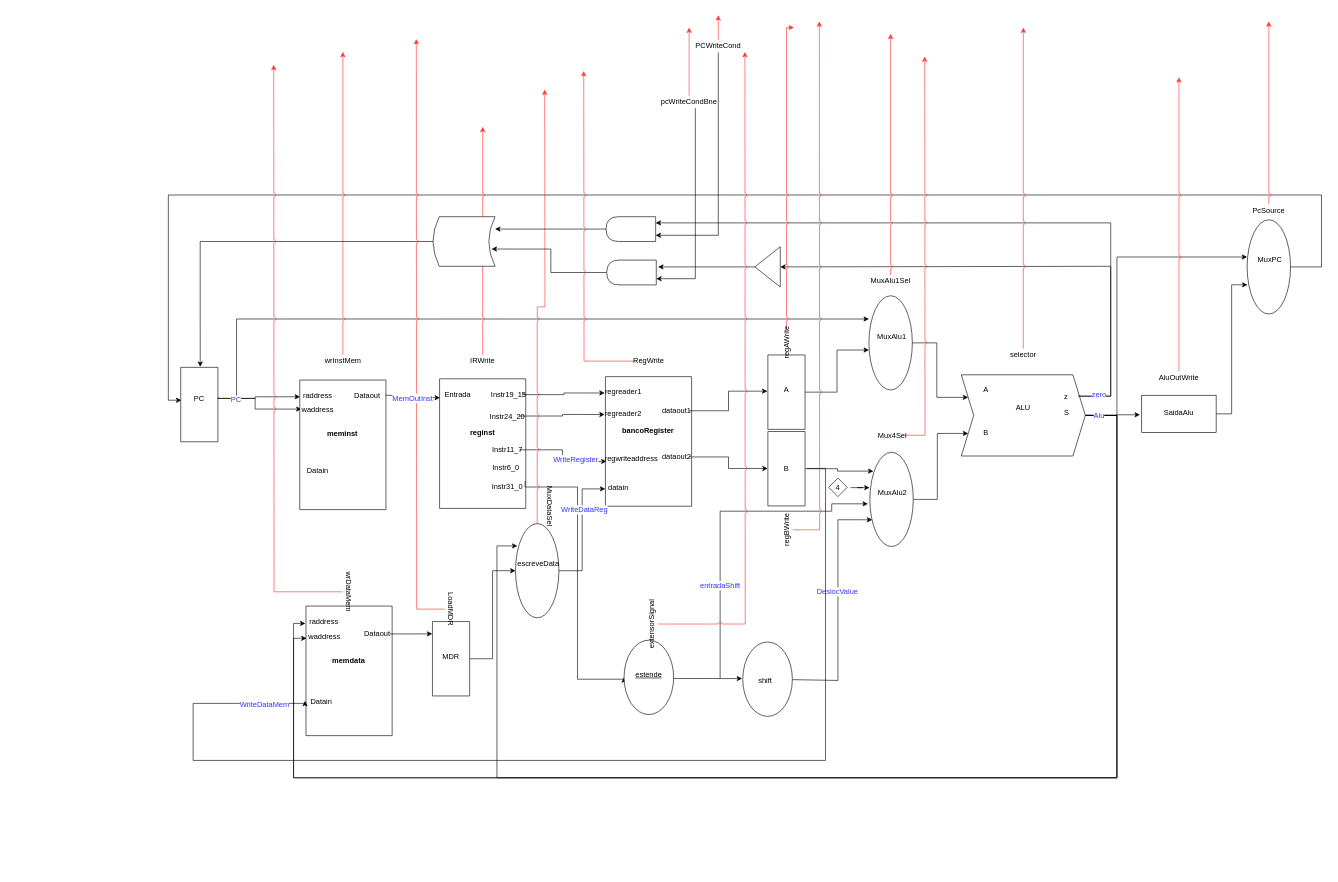
GabrielOlem/ProjetoHardware keeps this draw.io diagram as cpu.drawio. Above is the earlier version. Source tidied: cells renumbered, new cells numbered last; positions are measured from the earlier drawing's top-left corner, leaving out a move shared by most shapes. Both pictures are drawn from the tidied source at 62%, with x=0, y=0 at pixel (162, 15).
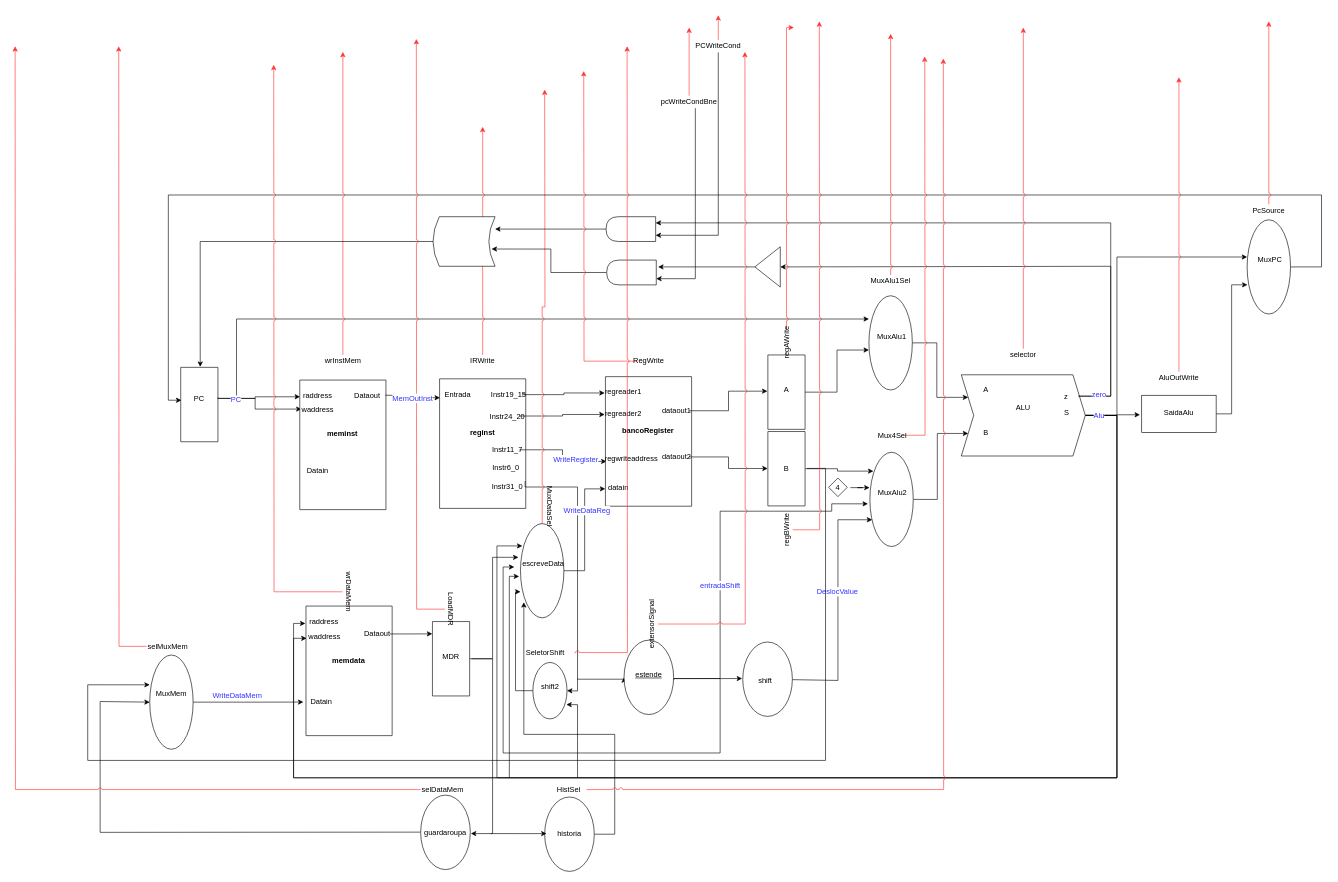
Above is the later version.

The change refers to these unchanged cells:
```xml
<mxCell id="31" style="verticalLabelPosition=bottom;verticalAlign=top;html=1;shape=mxgraph.basic.rect;fillColor=#ffffff;fillColor2=none;strokeColor=#000000;strokeWidth=1;size=20;indent=5;rotation=90;" parent="1" vertex="1">
  <mxGeometry x="197" y="988" width="209" height="139" as="geometry" />
</mxCell>
<mxCell id="46" style="verticalLabelPosition=bottom;verticalAlign=top;html=1;shape=mxgraph.basic.rect;fillColor=#ffffff;fillColor2=none;strokeColor=#000000;strokeWidth=1;size=20;indent=5;rotation=90;" parent="1" vertex="1">
  <mxGeometry x="406" y="1008" width="120" height="60" as="geometry" />
</mxCell>
<mxCell id="60" style="verticalLabelPosition=bottom;verticalAlign=top;html=1;shape=mxgraph.basic.rect;fillColor=#ffffff;fillColor2=none;strokeColor=#000000;strokeWidth=1;size=20;indent=5;rotation=90;" parent="1" vertex="1">
  <mxGeometry x="947" y="701.5" width="120" height="60" as="geometry" />
</mxCell>
```

The edit, as a diff of the source:
```diff
@@
-    <mxCell id="45" style="edgeStyle=orthogonalEdgeStyle;rounded=0;jettySize=auto;html=1;entryX=0.5;entryY=1;entryDx=0;entryDy=0;" parent="1" edge="1" source="46" target="85">
-      <mxGeometry relative="1" as="geometry" />
+    <mxCell id="45" style="edgeStyle=orthogonalEdgeStyle;rounded=0;jettySize=auto;html=1;entryX=0.358;entryY=1.048;entryDx=0;entryDy=0;entryPerimeter=0;" parent="1" edge="1" source="46" target="85">
+      <mxGeometry relative="1" as="geometry">
+        <Array as="points">
+          <mxPoint x="533" y="1038" />
+          <mxPoint x="533" y="874" />
+        </Array>
+      </mxGeometry>
     </mxCell>
+    <mxCell id="142" style="edgeStyle=orthogonalEdgeStyle;rounded=0;jumpStyle=arc;orthogonalLoop=1;jettySize=auto;html=1;" parent="1" edge="1">
+      <mxGeometry relative="1" as="geometry">
+        <mxPoint x="499" y="1038" as="sourcePoint" />
+        <mxPoint x="498" y="1320" as="targetPoint" />
+        <Array as="points">
+          <mxPoint x="533" y="1038" />
+          <mxPoint x="533" y="1320" />
+          <mxPoint x="498" y="1320" />
+        </Array>
+      </mxGeometry>
+    </mxCell>
@@
+    <mxCell id="143" style="edgeStyle=orthogonalEdgeStyle;rounded=0;jumpStyle=arc;orthogonalLoop=1;jettySize=auto;html=1;strokeColor=#000000;exitX=0.518;exitY=-0.004;exitDx=0;exitDy=0;exitPerimeter=0;" parent="1" edge="1">
+      <mxGeometry relative="1" as="geometry">
+        <mxPoint x="825.3" y="1072.2" as="sourcePoint" />
+        <mxPoint x="568" y="890" as="targetPoint" />
+        <Array as="points">
+          <mxPoint x="825" y="1070" />
+          <mxPoint x="900" y="1070" />
+          <mxPoint x="900" y="1190" />
+          <mxPoint x="550" y="1190" />
+          <mxPoint x="550" y="890" />
+          <mxPoint x="568" y="890" />
+        </Array>
+      </mxGeometry>
+    </mxCell>
@@
-    <mxCell id="61" style="edgeStyle=orthogonalEdgeStyle;rounded=0;jettySize=auto;html=1;entryX=0.732;entryY=1.011;entryDx=0;entryDy=0;entryPerimeter=0;exitX=0.496;exitY=-0.052;exitDx=0;exitDy=0;exitPerimeter=0;" parent="1" edge="1" source="60" target="31">
+    <mxCell id="61" style="edgeStyle=orthogonalEdgeStyle;rounded=0;jettySize=auto;html=1;exitX=0.496;exitY=-0.052;exitDx=0;exitDy=0;exitPerimeter=0;entryX=0.316;entryY=1;entryDx=0;entryDy=0;entryPerimeter=0;jumpStyle=none;" parent="1" edge="1" source="60" target="144">
       <mxGeometry relative="1" as="geometry">
         <Array as="points">
           <mxPoint x="1070" y="731" />
           <mxPoint x="1070" y="1202" />
-          <mxPoint x="50" y="1202" />
-          <mxPoint x="50" y="1110" />
-          <mxPoint x="230" y="1110" />
+          <mxPoint x="-120" y="1202" />
+          <mxPoint x="-120" y="1080" />
         </Array>
       </mxGeometry>
     </mxCell>
     <mxCell id="62" value="&lt;font color=&quot;#3333ff&quot;&gt;WriteDataMem&lt;/font&gt;" style="text;html=1;align=center;verticalAlign=middle;labelBackgroundColor=#ffffff;" parent="61" vertex="1">
       <mxGeometry x="0.56" y="1" relative="1" as="geometry">
-        <mxPoint x="-4.5" y="-92" as="offset" />
+        <mxPoint x="41.5" y="-106" as="offset" />
       </mxGeometry>
     </mxCell>
@@
     <mxCell id="85" style="ellipse;whiteSpace=wrap;html=1;direction=south;" parent="1" vertex="1">
-      <mxGeometry x="570" y="820" width="70" height="152" as="geometry" />
+      <mxGeometry x="578" y="820" width="70" height="152" as="geometry" />
     </mxCell>
     <mxCell id="86" value="escreveData" style="text;html=1;strokeColor=none;fillColor=none;align=center;verticalAlign=middle;whiteSpace=wrap;rounded=0;" parent="1" vertex="1">
-      <mxGeometry x="586.5" y="875" width="40" height="20" as="geometry" />
+      <mxGeometry x="594.5" y="875" width="40" height="20" as="geometry" />
     </mxCell>
@@
+    <mxCell id="144" style="ellipse;whiteSpace=wrap;html=1;direction=south;" parent="1" vertex="1">
+      <mxGeometry x="-20" y="1032" width="70" height="152" as="geometry" />
+    </mxCell>
+    <mxCell id="145" value="MuxMem" style="text;html=1;strokeColor=none;fillColor=none;align=center;verticalAlign=middle;whiteSpace=wrap;rounded=0;" parent="1" vertex="1">
+      <mxGeometry x="-5" y="1085" width="40" height="20" as="geometry" />
+    </mxCell>
+    <mxCell id="146" style="edgeStyle=orthogonalEdgeStyle;rounded=0;jettySize=auto;html=1;entryX=0.741;entryY=1.03;entryDx=0;entryDy=0;entryPerimeter=0;" parent="1" edge="1" source="144" target="31">
+      <mxGeometry relative="1" as="geometry">
+        <Array as="points">
+          <mxPoint x="160" y="1108" />
+          <mxPoint x="160" y="1108" />
+        </Array>
+      </mxGeometry>
+    </mxCell>
+    <mxCell id="147" style="edgeStyle=orthogonalEdgeStyle;rounded=0;jumpStyle=none;jettySize=auto;html=1;entryX=0.5;entryY=1;entryDx=0;entryDy=0;" parent="1" edge="1" source="148" target="144">
+      <mxGeometry relative="1" as="geometry">
+        <Array as="points">
+          <mxPoint x="-100" y="1318" />
+          <mxPoint x="-100" y="1107" />
+        </Array>
+      </mxGeometry>
+    </mxCell>
+    <mxCell id="148" style="ellipse;whiteSpace=wrap;html=1;rotation=90;" parent="1" vertex="1">
+      <mxGeometry x="397" y="1278" width="120" height="80" as="geometry" />
+    </mxCell>
+    <mxCell id="149" value="guardaroupa" style="text;html=1;strokeColor=none;fillColor=none;align=center;verticalAlign=middle;whiteSpace=wrap;rounded=0;" parent="1" vertex="1">
+      <mxGeometry x="437" y="1306" width="40" height="24" as="geometry" />
+    </mxCell>
+    <mxCell id="150" style="edgeStyle=orthogonalEdgeStyle;rounded=0;jumpStyle=arc;jettySize=auto;html=1;strokeColor=#FF3333;" parent="1" edge="1" source="151">
+      <mxGeometry relative="1" as="geometry">
+        <mxPoint x="-70" y="50" as="targetPoint" />
+      </mxGeometry>
+    </mxCell>
+    <mxCell id="151" value="selMuxMem" style="text;html=1;points=[];align=left;verticalAlign=top;spacingTop=-4;" parent="1" vertex="1">
+      <mxGeometry x="-25" y="1008" width="80" height="20" as="geometry" />
+    </mxCell>
+    <mxCell id="152" style="edgeStyle=orthogonalEdgeStyle;rounded=0;jumpStyle=arc;jettySize=auto;html=1;strokeColor=#FF3333;" parent="1" edge="1" source="153">
+      <mxGeometry relative="1" as="geometry">
+        <mxPoint x="-237.1" y="50" as="targetPoint" />
+      </mxGeometry>
+    </mxCell>
+    <mxCell id="153" value="selDataMem" style="text;html=1;points=[];align=left;verticalAlign=top;spacingTop=-4;" parent="1" vertex="1">
+      <mxGeometry x="417" y="1239" width="80" height="20" as="geometry" />
+    </mxCell>
+    <mxCell id="154" style="endArrow=classic;html=1;strokeColor=#000000;entryX=0.561;entryY=1.031;entryDx=0;entryDy=0;entryPerimeter=0;rounded=0;" parent="1" edge="1" target="85">
+      <mxGeometry relative="1" as="geometry">
+        <mxPoint x="560" y="1230" as="sourcePoint" />
+        <Array as="points">
+          <mxPoint x="560" y="980" />
+          <mxPoint x="560" y="940" />
+          <mxPoint x="560" y="905" />
+        </Array>
+      </mxGeometry>
+    </mxCell>
+    <mxCell id="155" style="edgeStyle=orthogonalEdgeStyle;rounded=0;jumpStyle=none;jettySize=auto;html=1;entryX=0.724;entryY=1;entryDx=0;entryDy=0;entryPerimeter=0;strokeColor=#000000;" parent="1" edge="1" source="156" target="85">
+      <mxGeometry relative="1" as="geometry">
+        <Array as="points">
+          <mxPoint x="570" y="1090" />
+          <mxPoint x="570" y="930" />
+        </Array>
+      </mxGeometry>
+    </mxCell>
+    <mxCell id="156" style="ellipse;whiteSpace=wrap;html=1;rotation=90;" parent="1" vertex="1">
+      <mxGeometry x="580" y="1062" width="91" height="55" as="geometry" />
+    </mxCell>
+    <mxCell id="157" value="shift2" style="text;html=1;strokeColor=none;fillColor=none;align=center;verticalAlign=middle;whiteSpace=wrap;rounded=0;" parent="1" vertex="1">
+      <mxGeometry x="605.5" y="1073.5" width="40" height="20" as="geometry" />
+    </mxCell>
+    <mxCell id="158" style="endArrow=classic;html=1;strokeColor=#000000;entryX=0.5;entryY=0;entryDx=0;entryDy=0;rounded=0;" parent="1" edge="1" target="156">
+      <mxGeometry relative="1" as="geometry">
+        <mxPoint x="670" y="1070" as="sourcePoint" />
+        <Array as="points">
+          <mxPoint x="670" y="1090" />
+        </Array>
+      </mxGeometry>
+    </mxCell>
+    <mxCell id="159" style="endArrow=classic;html=1;strokeColor=#000000;entryX=0.747;entryY=0.018;entryDx=0;entryDy=0;entryPerimeter=0;rounded=0;" parent="1" edge="1" target="156">
+      <mxGeometry relative="1" as="geometry">
+        <mxPoint x="670" y="1230" as="sourcePoint" />
+        <Array as="points">
+          <mxPoint x="670" y="1170" />
+          <mxPoint x="670" y="1112" />
+        </Array>
+      </mxGeometry>
+    </mxCell>
+    <mxCell id="160" style="edgeStyle=orthogonalEdgeStyle;rounded=0;jumpStyle=arc;jettySize=auto;html=1;strokeColor=#FF3333;" parent="1" edge="1" source="161">
+      <mxGeometry relative="1" as="geometry">
+        <mxPoint x="750" y="50" as="targetPoint" />
+      </mxGeometry>
+    </mxCell>
+    <mxCell id="161" value="SeletorShift" style="text;html=1;points=[];align=left;verticalAlign=top;spacingTop=-4;" parent="1" vertex="1">
+      <mxGeometry x="585" y="1018" width="80" height="20" as="geometry" />
+    </mxCell>
+    <mxCell id="162" style="edgeStyle=orthogonalEdgeStyle;rounded=0;jumpStyle=none;jettySize=auto;html=1;entryX=0.807;entryY=0.943;entryDx=0;entryDy=0;entryPerimeter=0;strokeColor=none;" parent="1" edge="1" source="164" target="85">
+      <mxGeometry relative="1" as="geometry">
+        <Array as="points">
+          <mxPoint x="740" y="1321" />
+          <mxPoint x="740" y="1160" />
+          <mxPoint x="582" y="1160" />
+        </Array>
+      </mxGeometry>
+    </mxCell>
+    <mxCell id="163" style="edgeStyle=orthogonalEdgeStyle;rounded=0;jumpStyle=none;jettySize=auto;html=1;entryX=0.834;entryY=0.923;entryDx=0;entryDy=0;entryPerimeter=0;strokeColor=#000000;" parent="1" edge="1" source="164" target="85">
+      <mxGeometry relative="1" as="geometry">
+        <Array as="points">
+          <mxPoint x="730" y="1321" />
+          <mxPoint x="730" y="1160" />
+          <mxPoint x="583" y="1160" />
+        </Array>
+      </mxGeometry>
+    </mxCell>
+    <mxCell id="164" style="ellipse;whiteSpace=wrap;html=1;rotation=90;" parent="1" vertex="1">
+      <mxGeometry x="597" y="1281" width="120" height="80" as="geometry" />
+    </mxCell>
+    <mxCell id="165" value="historia" style="text;html=1;strokeColor=none;fillColor=none;align=center;verticalAlign=middle;whiteSpace=wrap;rounded=0;" parent="1" vertex="1">
+      <mxGeometry x="637" y="1309" width="40" height="24" as="geometry" />
+    </mxCell>
+    <mxCell id="166" style="endArrow=classic;html=1;strokeColor=#000000;entryX=0.492;entryY=0.963;entryDx=0;entryDy=0;entryPerimeter=0;" parent="1" edge="1" target="164">
+      <mxGeometry relative="1" as="geometry">
+        <mxPoint x="530" y="1320" as="sourcePoint" />
+      </mxGeometry>
+    </mxCell>
+    <mxCell id="167" style="edgeStyle=orthogonalEdgeStyle;rounded=0;jumpStyle=arc;jettySize=auto;html=1;strokeColor=#FF3333;" parent="1" edge="1" source="168">
+      <mxGeometry relative="1" as="geometry">
+        <mxPoint x="1260" y="70" as="targetPoint" />
+      </mxGeometry>
+    </mxCell>
+    <mxCell id="168" value="HistSel" style="text;html=1;points=[];align=left;verticalAlign=top;spacingTop=-4;" parent="1" vertex="1">
+      <mxGeometry x="634.5" y="1239" width="50" height="20" as="geometry" />
+    </mxCell>
```
